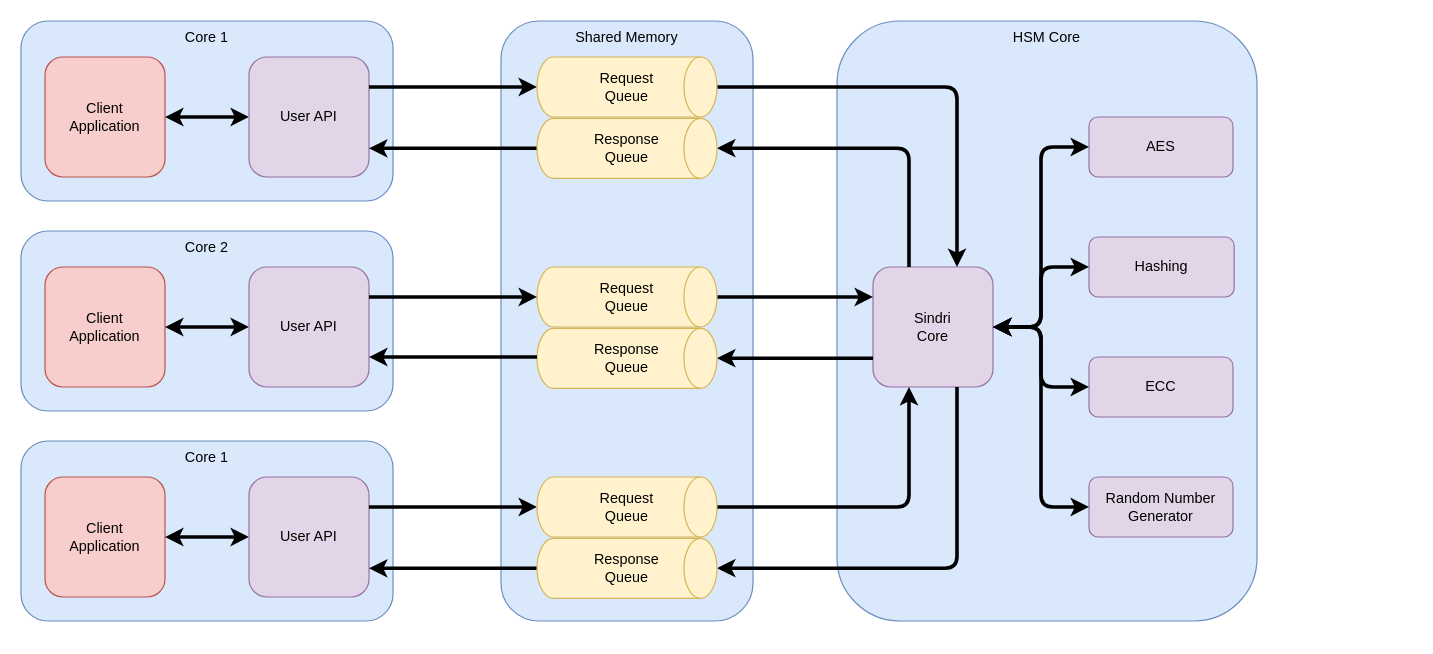
Before: doc/img/architecture.drawio in eclipse-heimlig/heimlig, a draw.io diagram. Source tidied: cells renumbered, new cells numbered last; positions are measured from the earlier drawing's top-left corner, leaving out a move shared by most shapes. Both pictures are drawn from the tidied source at 120%, with x=0, y=0 at pixel (20, 20).
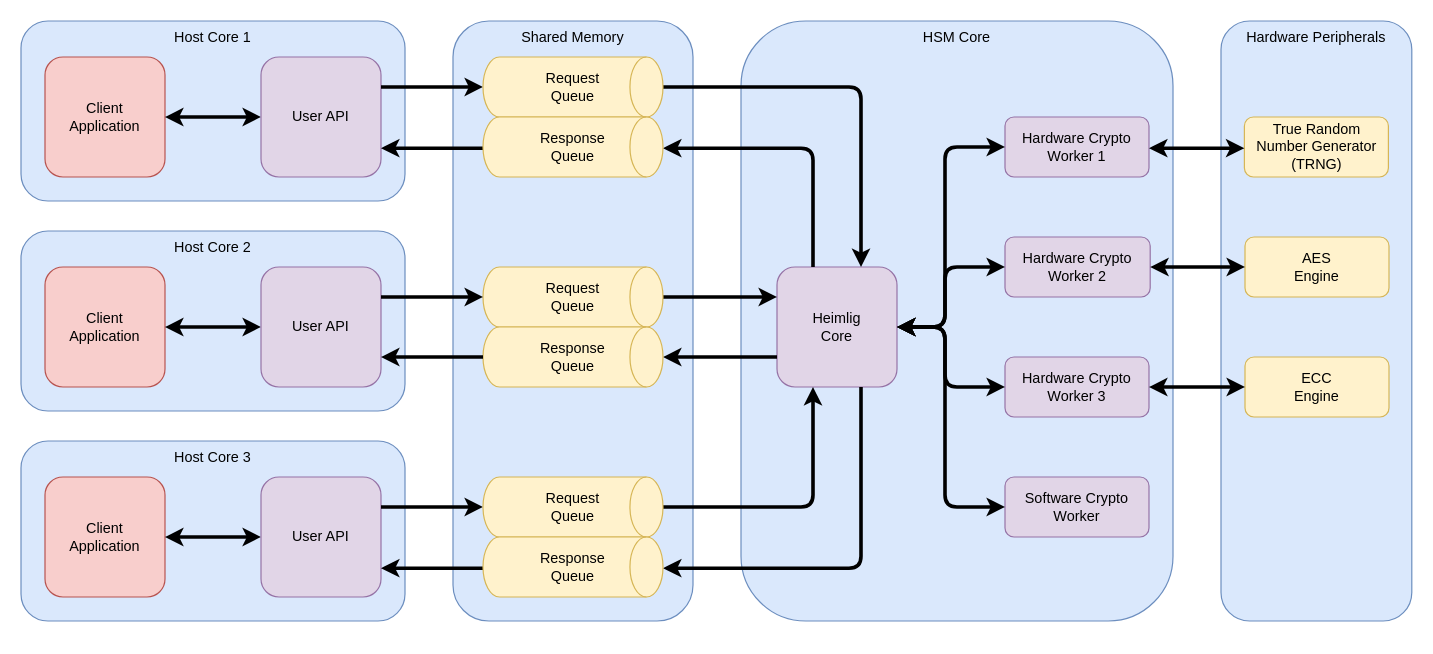
Above is the later version.

Change to the diagram source:
```diff
@@
+    <mxCell id="47" value="Hardware Peripherals" style="rounded=1;whiteSpace=wrap;html=1;fillColor=#dae8fc;strokeColor=#6c8ebf;verticalAlign=top;" parent="1" vertex="1">
+      <mxGeometry x="1000" width="159" height="500" as="geometry" />
+    </mxCell>
-    <mxCell id="2" value="Core 1" style="rounded=1;whiteSpace=wrap;html=1;fillColor=#dae8fc;strokeColor=#6c8ebf;verticalAlign=top;" parent="1" vertex="1">
-      <mxGeometry width="310" height="150" as="geometry" />
+    <mxCell id="2" value="Host Core 1" style="rounded=1;whiteSpace=wrap;html=1;fillColor=#dae8fc;strokeColor=#6c8ebf;verticalAlign=top;" parent="1" vertex="1">
+      <mxGeometry width="320" height="150" as="geometry" />
     </mxCell>
@@
     <mxCell id="6" value="User API" style="whiteSpace=wrap;html=1;fillColor=#e1d5e7;strokeColor=#9673a6;rounded=1;" parent="1" vertex="1">
-      <mxGeometry x="190" y="30" width="100" height="100" as="geometry" />
+      <mxGeometry x="200" y="30" width="100" height="100" as="geometry" />
     </mxCell>
     <mxCell id="7" value="HSM Core" style="rounded=1;whiteSpace=wrap;html=1;fillColor=#dae8fc;strokeColor=#6c8ebf;verticalAlign=top;" parent="1" vertex="1">
-      <mxGeometry x="680" width="350" height="500" as="geometry" />
+      <mxGeometry x="600" width="360" height="500" as="geometry" />
     </mxCell>
-    <mxCell id="8" value="Sindri&lt;br&gt;Core" style="whiteSpace=wrap;html=1;fillColor=#e1d5e7;strokeColor=#9673a6;rounded=1;" parent="1" vertex="1">
-      <mxGeometry x="710" y="205" width="100" height="100" as="geometry" />
+    <mxCell id="8" value="Heimlig&lt;br&gt;Core" style="whiteSpace=wrap;html=1;fillColor=#e1d5e7;strokeColor=#9673a6;rounded=1;" parent="1" vertex="1">
+      <mxGeometry x="630" y="205" width="100" height="100" as="geometry" />
     </mxCell>
-    <mxCell id="9" value="AES" style="rounded=1;whiteSpace=wrap;html=1;fillColor=#e1d5e7;strokeColor=#9673a6;" parent="1" vertex="1">
-      <mxGeometry x="890" y="80" width="120" height="50" as="geometry" />
+    <mxCell id="9" value="Hardware Crypto Worker 1" style="rounded=1;whiteSpace=wrap;html=1;fillColor=#e1d5e7;strokeColor=#9673a6;" parent="1" vertex="1">
+      <mxGeometry x="820" y="80" width="120" height="50" as="geometry" />
     </mxCell>
-    <mxCell id="10" value="Hashing" style="rounded=1;whiteSpace=wrap;html=1;fillColor=#e1d5e7;strokeColor=#9673a6;" parent="1" vertex="1">
-      <mxGeometry x="890" y="180" width="121" height="50" as="geometry" />
+    <mxCell id="10" value="Hardware Crypto Worker 2" style="rounded=1;whiteSpace=wrap;html=1;fillColor=#e1d5e7;strokeColor=#9673a6;" parent="1" vertex="1">
+      <mxGeometry x="820" y="180" width="121" height="50" as="geometry" />
     </mxCell>
-    <mxCell id="11" value="ECC" style="rounded=1;whiteSpace=wrap;html=1;fillColor=#e1d5e7;strokeColor=#9673a6;" parent="1" vertex="1">
-      <mxGeometry x="890" y="280" width="120" height="50" as="geometry" />
+    <mxCell id="11" value="Hardware Crypto Worker 3" style="rounded=1;whiteSpace=wrap;html=1;fillColor=#e1d5e7;strokeColor=#9673a6;" parent="1" vertex="1">
+      <mxGeometry x="820" y="280" width="120" height="50" as="geometry" />
     </mxCell>
-    <mxCell id="12" value="Random Number Generator" style="rounded=1;whiteSpace=wrap;html=1;fillColor=#e1d5e7;strokeColor=#9673a6;" parent="1" vertex="1">
-      <mxGeometry x="890" y="380" width="120" height="50" as="geometry" />
+    <mxCell id="12" value="Software Crypto Worker" style="rounded=1;whiteSpace=wrap;html=1;fillColor=#e1d5e7;strokeColor=#9673a6;" parent="1" vertex="1">
+      <mxGeometry x="820" y="380" width="120" height="50" as="geometry" />
     </mxCell>
@@
     <mxCell id="14" style="endArrow=classic;html=1;strokeWidth=3;edgeStyle=orthogonalEdgeStyle;startArrow=classic;startFill=1;rounded=1;" parent="1" edge="1" source="9" target="8">
       <mxGeometry relative="1" as="geometry">
         <Array as="points">
-          <mxPoint x="850" y="105" />
-          <mxPoint x="850" y="255" />
+          <mxPoint x="770" y="105" />
+          <mxPoint x="770" y="255" />
         </Array>
       </mxGeometry>
     </mxCell>
     <mxCell id="15" value="Shared Memory" style="rounded=1;whiteSpace=wrap;html=1;fillColor=#dae8fc;strokeColor=#6c8ebf;verticalAlign=top;" parent="1" vertex="1">
-      <mxGeometry x="400" width="210" height="500" as="geometry" />
+      <mxGeometry x="360" width="200" height="500" as="geometry" />
     </mxCell>
@@
     <mxCell id="18" style="endArrow=classic;html=1;rounded=1;edgeStyle=orthogonalEdgeStyle;strokeWidth=3;" parent="1" edge="1" source="27" target="8">
       <mxGeometry relative="1" as="geometry">
         <Array as="points">
-          <mxPoint x="780" y="55" />
+          <mxPoint x="700" y="55" />
         </Array>
       </mxGeometry>
     </mxCell>
     <mxCell id="19" style="endArrow=classic;html=1;rounded=1;edgeStyle=orthogonalEdgeStyle;strokeWidth=3;" parent="1" edge="1" source="29" target="8">
       <mxGeometry relative="1" as="geometry">
         <Array as="points">
-          <mxPoint x="670" y="230" />
-          <mxPoint x="670" y="230" />
+          <mxPoint x="630" y="230" />
+          <mxPoint x="630" y="230" />
         </Array>
       </mxGeometry>
     </mxCell>
-    <mxCell id="20" style="endArrow=classic;html=1;rounded=1;edgeStyle=orthogonalEdgeStyle;strokeWidth=3;" parent="1" edge="1" source="8" target="30">
+    <mxCell id="20" style="endArrow=classic;html=1;rounded=1;edgeStyle=orthogonalEdgeStyle;strokeWidth=3;entryX=1;entryY=0.5;entryDx=0;entryDy=0;entryPerimeter=0;" parent="1" edge="1" source="8" target="30">
       <mxGeometry relative="1" as="geometry">
         <Array as="points">
-          <mxPoint x="680" y="281" />
-          <mxPoint x="680" y="281" />
+          <mxPoint x="610" y="280" />
+          <mxPoint x="610" y="280" />
         </Array>
       </mxGeometry>
     </mxCell>
     <mxCell id="21" style="endArrow=classic;html=1;rounded=1;strokeWidth=3;edgeStyle=orthogonalEdgeStyle;" parent="1" edge="1" source="8" target="28">
       <mxGeometry relative="1" as="geometry">
         <Array as="points">
-          <mxPoint x="740" y="106" />
+          <mxPoint x="660" y="106" />
         </Array>
       </mxGeometry>
     </mxCell>
     <mxCell id="22" style="endArrow=classic;html=1;rounded=1;strokeWidth=3;edgeStyle=orthogonalEdgeStyle;" parent="1" edge="1" source="45" target="8">
       <mxGeometry relative="1" as="geometry">
         <Array as="points">
-          <mxPoint x="740" y="405" />
+          <mxPoint x="660" y="405" />
         </Array>
       </mxGeometry>
     </mxCell>
     <mxCell id="23" style="endArrow=classic;html=1;rounded=1;strokeWidth=3;edgeStyle=orthogonalEdgeStyle;" parent="1" edge="1" source="8" target="46">
       <mxGeometry relative="1" as="geometry">
         <Array as="points">
-          <mxPoint x="780" y="456" />
+          <mxPoint x="700" y="456" />
         </Array>
       </mxGeometry>
     </mxCell>
     <mxCell id="24" style="endArrow=classic;html=1;strokeWidth=3;edgeStyle=orthogonalEdgeStyle;startArrow=classic;startFill=1;rounded=1;" parent="1" edge="1" source="10" target="8">
       <mxGeometry relative="1" as="geometry">
         <Array as="points">
-          <mxPoint x="850" y="205" />
-          <mxPoint x="850" y="255" />
+          <mxPoint x="770" y="205" />
+          <mxPoint x="770" y="255" />
         </Array>
       </mxGeometry>
     </mxCell>
     <mxCell id="25" style="endArrow=classic;html=1;strokeWidth=3;edgeStyle=orthogonalEdgeStyle;startArrow=classic;startFill=1;rounded=1;" parent="1" edge="1" source="11" target="8">
       <mxGeometry relative="1" as="geometry">
         <Array as="points">
-          <mxPoint x="850" y="305" />
-          <mxPoint x="850" y="255" />
+          <mxPoint x="770" y="305" />
+          <mxPoint x="770" y="255" />
         </Array>
       </mxGeometry>
     </mxCell>
     <mxCell id="26" style="endArrow=classic;html=1;strokeWidth=3;edgeStyle=orthogonalEdgeStyle;startArrow=classic;startFill=1;rounded=1;" parent="1" edge="1" source="12" target="8">
       <mxGeometry relative="1" as="geometry">
         <Array as="points">
-          <mxPoint x="850" y="405" />
-          <mxPoint x="850" y="255" />
+          <mxPoint x="770" y="405" />
+          <mxPoint x="770" y="255" />
         </Array>
       </mxGeometry>
     </mxCell>
     <mxCell id="27" value="Request&lt;br&gt;Queue" style="strokeWidth=1;html=1;shape=mxgraph.flowchart.direct_data;whiteSpace=wrap;rounded=0;fillColor=#fff2cc;strokeColor=#d6b656;" parent="1" vertex="1">
-      <mxGeometry x="430" y="30" width="150" height="50" as="geometry" />
+      <mxGeometry x="385" y="30" width="150" height="50" as="geometry" />
     </mxCell>
     <mxCell id="28" value="Response&lt;br&gt;Queue" style="strokeWidth=1;html=1;shape=mxgraph.flowchart.direct_data;whiteSpace=wrap;rounded=0;fillColor=#fff2cc;strokeColor=#d6b656;" parent="1" vertex="1">
-      <mxGeometry x="430" y="81.1" width="150" height="50" as="geometry" />
+      <mxGeometry x="385" y="80" width="150" height="50" as="geometry" />
     </mxCell>
     <mxCell id="29" value="Request&lt;br&gt;Queue" style="strokeWidth=1;html=1;shape=mxgraph.flowchart.direct_data;whiteSpace=wrap;rounded=0;fillColor=#fff2cc;strokeColor=#d6b656;" parent="1" vertex="1">
-      <mxGeometry x="430" y="205" width="150" height="50" as="geometry" />
+      <mxGeometry x="385" y="205" width="150" height="50" as="geometry" />
     </mxCell>
     <mxCell id="30" value="Response&lt;br&gt;Queue" style="strokeWidth=1;html=1;shape=mxgraph.flowchart.direct_data;whiteSpace=wrap;rounded=0;fillColor=#fff2cc;strokeColor=#d6b656;" parent="1" vertex="1">
-      <mxGeometry x="430" y="256.1" width="150" height="50" as="geometry" />
+      <mxGeometry x="385" y="255" width="150" height="50" as="geometry" />
     </mxCell>
-    <mxCell id="31" value="Core 2" style="rounded=1;whiteSpace=wrap;html=1;fillColor=#dae8fc;strokeColor=#6c8ebf;verticalAlign=top;" parent="1" vertex="1">
-      <mxGeometry y="175" width="310" height="150" as="geometry" />
+    <mxCell id="31" value="Host&amp;nbsp;Core 2" style="rounded=1;whiteSpace=wrap;html=1;fillColor=#dae8fc;strokeColor=#6c8ebf;verticalAlign=top;" parent="1" vertex="1">
+      <mxGeometry y="175" width="320" height="150" as="geometry" />
     </mxCell>
@@
     <mxCell id="35" value="User API" style="whiteSpace=wrap;html=1;fillColor=#e1d5e7;strokeColor=#9673a6;rounded=1;" parent="1" vertex="1">
-      <mxGeometry x="190" y="205" width="100" height="100" as="geometry" />
+      <mxGeometry x="200" y="205" width="100" height="100" as="geometry" />
     </mxCell>
@@
-    <mxCell id="38" value="Core 1" style="rounded=1;whiteSpace=wrap;html=1;fillColor=#dae8fc;strokeColor=#6c8ebf;verticalAlign=top;" parent="1" vertex="1">
-      <mxGeometry y="350" width="310" height="150" as="geometry" />
+    <mxCell id="38" value="Host&amp;nbsp;Core 3" style="rounded=1;whiteSpace=wrap;html=1;fillColor=#dae8fc;strokeColor=#6c8ebf;verticalAlign=top;" parent="1" vertex="1">
+      <mxGeometry y="350" width="320" height="150" as="geometry" />
     </mxCell>
@@
     <mxCell id="42" value="User API" style="whiteSpace=wrap;html=1;fillColor=#e1d5e7;strokeColor=#9673a6;rounded=1;" parent="1" vertex="1">
-      <mxGeometry x="190" y="380" width="100" height="100" as="geometry" />
+      <mxGeometry x="200" y="380" width="100" height="100" as="geometry" />
     </mxCell>
@@
     <mxCell id="45" value="Request&lt;br&gt;Queue" style="strokeWidth=1;html=1;shape=mxgraph.flowchart.direct_data;whiteSpace=wrap;rounded=0;fillColor=#fff2cc;strokeColor=#d6b656;" parent="1" vertex="1">
-      <mxGeometry x="430" y="380" width="150" height="50" as="geometry" />
+      <mxGeometry x="385" y="380" width="150" height="50" as="geometry" />
     </mxCell>
     <mxCell id="46" value="Response&lt;br&gt;Queue" style="strokeWidth=1;html=1;shape=mxgraph.flowchart.direct_data;whiteSpace=wrap;rounded=0;fillColor=#fff2cc;strokeColor=#d6b656;" parent="1" vertex="1">
-      <mxGeometry x="430" y="431.1" width="150" height="50" as="geometry" />
+      <mxGeometry x="385" y="430" width="150" height="50" as="geometry" />
     </mxCell>
+    <mxCell id="48" value="True Random Number Generator&lt;br&gt;(TRNG)" style="rounded=1;whiteSpace=wrap;html=1;fillColor=#fff2cc;strokeColor=#d6b656;" parent="1" vertex="1">
+      <mxGeometry x="1019.5" y="80" width="120" height="50" as="geometry" />
+    </mxCell>
+    <mxCell id="49" value="AES&lt;br&gt;Engine" style="rounded=1;whiteSpace=wrap;html=1;fillColor=#fff2cc;strokeColor=#d6b656;" parent="1" vertex="1">
+      <mxGeometry x="1020" y="180" width="120" height="50" as="geometry" />
+    </mxCell>
+    <mxCell id="50" value="ECC&lt;br&gt;Engine" style="rounded=1;whiteSpace=wrap;html=1;fillColor=#fff2cc;strokeColor=#d6b656;" parent="1" vertex="1">
+      <mxGeometry x="1020" y="280" width="120" height="50" as="geometry" />
+    </mxCell>
+    <mxCell id="51" style="endArrow=classic;html=1;rounded=1;edgeStyle=orthogonalEdgeStyle;strokeWidth=3;startArrow=classic;startFill=1;" parent="1" edge="1" source="9" target="48">
+      <mxGeometry relative="1" as="geometry">
+        <Array as="points">
+          <mxPoint x="960" y="106" />
+          <mxPoint x="960" y="106" />
+        </Array>
+      </mxGeometry>
+    </mxCell>
+    <mxCell id="52" style="endArrow=classic;html=1;rounded=1;edgeStyle=orthogonalEdgeStyle;strokeWidth=3;startArrow=classic;startFill=1;" parent="1" edge="1" source="10" target="49">
+      <mxGeometry relative="1" as="geometry">
+        <Array as="points">
+          <mxPoint x="980" y="205" />
+          <mxPoint x="980" y="205" />
+        </Array>
+      </mxGeometry>
+    </mxCell>
+    <mxCell id="53" style="endArrow=classic;html=1;rounded=1;edgeStyle=orthogonalEdgeStyle;strokeWidth=3;startArrow=classic;startFill=1;" parent="1" edge="1" source="11" target="50">
+      <mxGeometry relative="1" as="geometry">
+        <Array as="points">
+          <mxPoint x="970" y="305" />
+          <mxPoint x="970" y="305" />
+        </Array>
+      </mxGeometry>
+    </mxCell>
```
